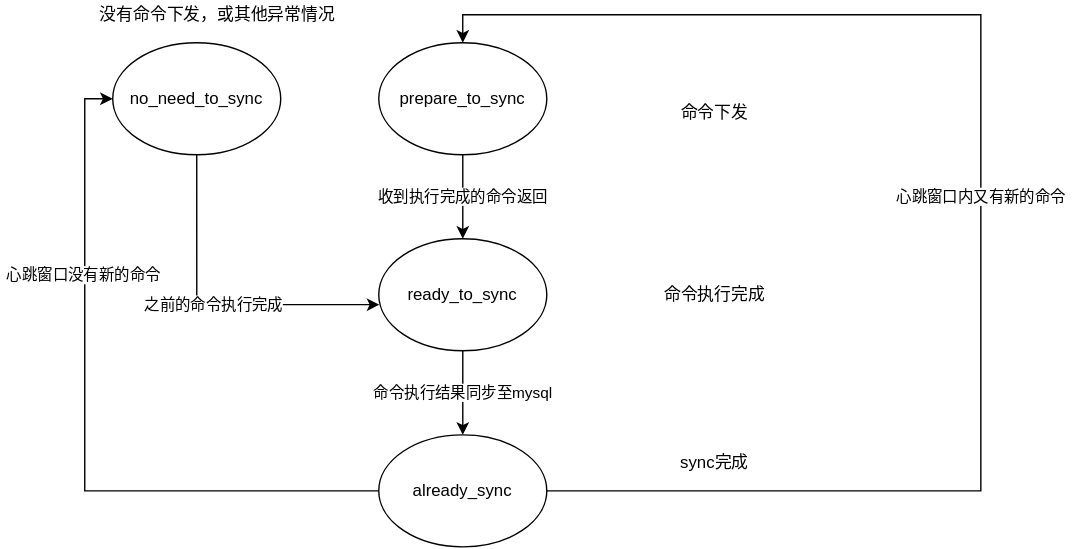
Before: tc_服务端命令执行状态转换.svg, a diagram exported from draw.io (c17abab/diag_pics). Source tidied: cells renumbered, new cells last; positions are measured from the earlier drawing's top-left corner, leaving out a move shared by most shapes.
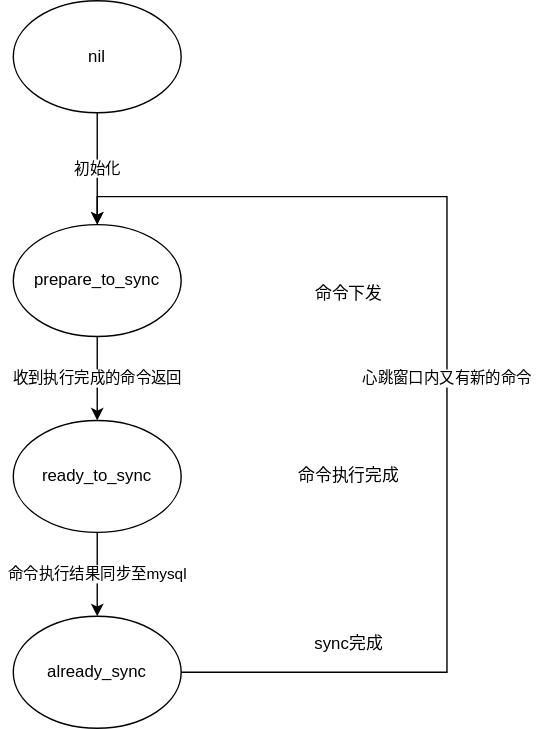
The same file after the commit.

Commit message:
更新tc_服务端命令执行状态转换.svg

Change to the diagram source:
```diff
@@ -11,18 +11,12 @@
     <mxCell id="4" value="心跳窗口内又有新的命令" style="edgeStyle=orthogonalEdgeStyle;rounded=0;jettySize=auto;html=1;entryX=0.5;entryY=0;entryDx=0;entryDy=0;" parent="1" edge="1" source="7" target="9">
       <mxGeometry relative="1" as="geometry">
         <Array as="points">
-          <mxPoint x="630" y="350" />
-          <mxPoint x="630" y="10" />
+          <mxPoint x="510" y="350" />
+          <mxPoint x="510" y="10" />
           <mxPoint x="260" y="10" />
         </Array>
       </mxGeometry>
     </mxCell>
-    <mxCell id="5" style="edgeStyle=orthogonalEdgeStyle;rounded=0;jettySize=auto;html=1;entryX=0;entryY=0.5;entryDx=0;entryDy=0;" parent="1" edge="1" source="7" target="14">
-      <mxGeometry relative="1" as="geometry" />
-    </mxCell>
-    <mxCell id="6" value="心跳窗口没有新的命令" style="edgeLabel;html=1;align=center;verticalAlign=middle;" parent="5" vertex="1">
-      <mxGeometry x="0.43" y="1" relative="1" as="geometry" />
-    </mxCell>
     <mxCell id="7" value="already_sync" style="ellipse;whiteSpace=wrap;html=1;rounded=1;" parent="1" vertex="1">
       <mxGeometry x="200" y="310" width="120" height="80" as="geometry" />
     </mxCell>
@@ -41,18 +35,11 @@
     <mxCell id="12" value="sync完成" style="text;html=1;strokeColor=none;fillColor=none;align=center;verticalAlign=middle;whiteSpace=wrap;rounded=0;" parent="1" vertex="1">
       <mxGeometry x="400" y="320" width="80" height="20" as="geometry" />
     </mxCell>
-    <mxCell id="13" value="之前的命令执行完成" style="edgeStyle=orthogonalEdgeStyle;rounded=0;jettySize=auto;html=1;entryX=0.004;entryY=0.588;entryDx=0;entryDy=0;entryPerimeter=0;" parent="1" edge="1" source="14" target="3">
-      <mxGeometry relative="1" as="geometry">
-        <Array as="points">
-          <mxPoint x="70" y="217" />
-        </Array>
-      </mxGeometry>
-    </mxCell>
-    <mxCell id="14" value="no_need_to_sync" style="ellipse;whiteSpace=wrap;html=1;rounded=1;" parent="1" vertex="1">
-      <mxGeometry x="10" y="30" width="120" height="80" as="geometry" />
-    </mxCell>
-    <mxCell id="15" value="没有命令下发，或其他异常情况" style="text;html=1;strokeColor=none;fillColor=none;align=center;verticalAlign=middle;whiteSpace=wrap;rounded=0;" parent="1" vertex="1">
-      <mxGeometry width="170" height="20" as="geometry" />
-    </mxCell>
+    <mxCell id="16" value="初始化" style="edgeStyle=orthogonalEdgeStyle;rounded=0;jettySize=auto;html=1;" parent="1" edge="1" source="17" target="9">
+      <mxGeometry relative="1" as="geometry" />
+    </mxCell>
+    <mxCell id="17" value="nil" style="ellipse;whiteSpace=wrap;html=1;rounded=1;" parent="1" vertex="1">
+      <mxGeometry x="200" y="-130" width="120" height="80" as="geometry" />
+    </mxCell>
   </root>
 </mxGraphModel>
```
